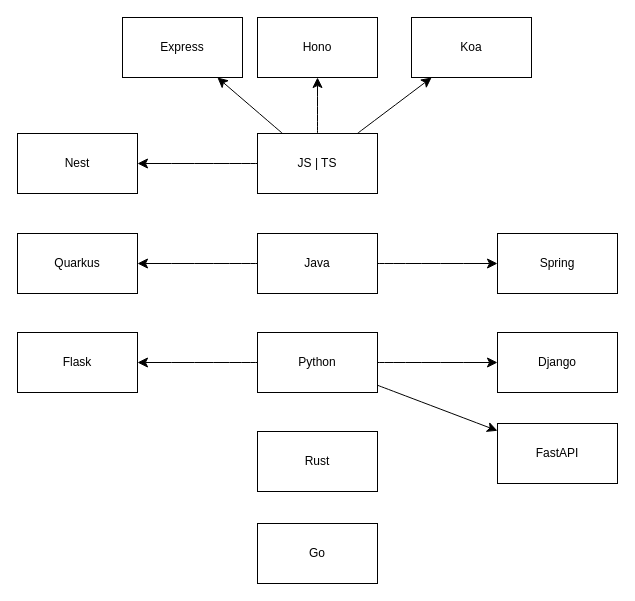
Earlier version of the draw.io diagram page "Backend" (2 of 4) of Technologies.drawio (sunflynf/diagram-only). Source tidied: cells renumbered, new cells numbered last; positions are measured from the earlier drawing's top-left corner, leaving out a move shared by most shapes. Both pictures are drawn from the tidied source at 100%, with x=0, y=0 at pixel (17, 17).
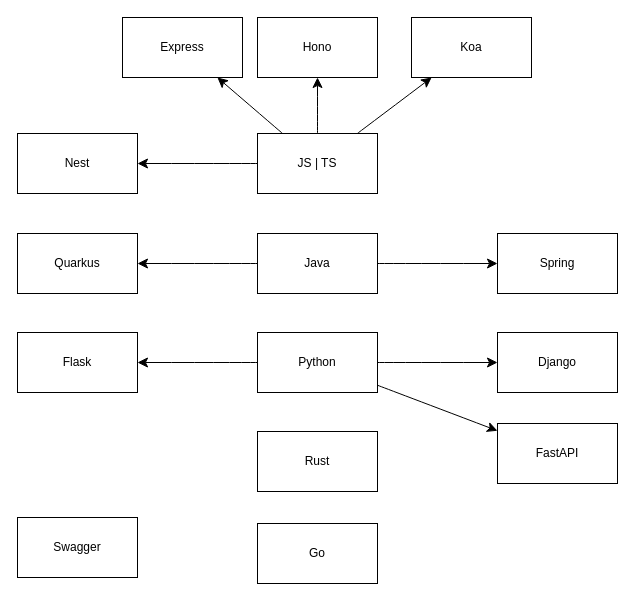
The same page after the edit.

Change to the diagram source:
```diff
@@
+    <mxCell id="25" value="Swagger" style="whiteSpace=wrap;html=1;" parent="1" vertex="1">
+      <mxGeometry y="500" width="120" height="60" as="geometry" />
+    </mxCell>
```
